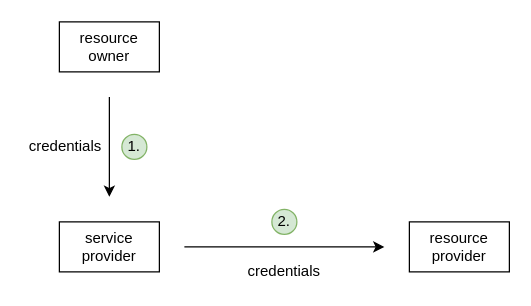
This is The Web/static/authaccdir.drawio from sistembeyimiz-001/code-web, a draw.io file, before an edit. Source tidied: cells renumbered, new cells numbered last; positions are measured from the earlier drawing's top-left corner, leaving out a move shared by most shapes. Both pictures are drawn from the tidied source at 125%, with x=0, y=0 at pixel (21, 21).
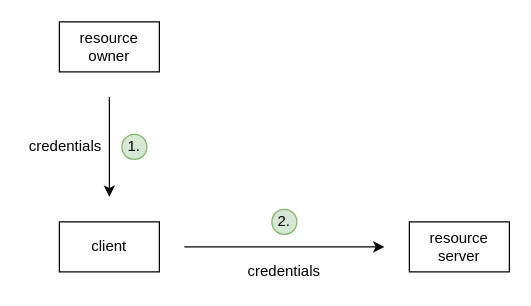
Above is the later version.

Commit message (it also covers changes not shown here):
[TMP] feat(The Web): write more, update OAuth to 2.1 (removes Implicit Flow, Resource Owner Password Credential Flow)

What changed in the source:
```diff
@@
 <mxGraphModel>
   <root>
     <mxCell id="0" />
     <mxCell id="1" parent="0" />
     <mxCell id="2" value="resource owner" style="rounded=0;whiteSpace=wrap;html=1;" parent="1" vertex="1">
       <mxGeometry x="30" width="80" height="40" as="geometry" />
     </mxCell>
-    <mxCell id="3" value="service provider" style="rounded=0;whiteSpace=wrap;html=1;" parent="1" vertex="1">
+    <mxCell id="3" value="client" style="rounded=0;whiteSpace=wrap;html=1;" parent="1" vertex="1">
       <mxGeometry x="30" y="160" width="80" height="40" as="geometry" />
     </mxCell>
-    <mxCell id="4" value="resource provider" style="rounded=0;whiteSpace=wrap;html=1;" parent="1" vertex="1">
+    <mxCell id="4" value="resource server" style="rounded=0;whiteSpace=wrap;html=1;" parent="1" vertex="1">
       <mxGeometry x="310" y="160" width="80" height="40" as="geometry" />
     </mxCell>
     <mxCell id="5" style="endArrow=classic;html=1;" parent="1" edge="1">
       <mxGeometry relative="1" as="geometry">
         <mxPoint x="70" y="60" as="sourcePoint" />
         <mxPoint x="70" y="140" as="targetPoint" />
       </mxGeometry>
     </mxCell>
     <mxCell id="6" style="endArrow=classic;html=1;" parent="1" edge="1">
       <mxGeometry relative="1" as="geometry">
         <mxPoint x="130" y="180" as="sourcePoint" />
         <mxPoint x="290" y="180" as="targetPoint" />
       </mxGeometry>
     </mxCell>
     <mxCell id="7" value="credentials" style="text;html=1;strokeColor=none;fillColor=none;align=center;verticalAlign=middle;whiteSpace=wrap;rounded=0;" parent="1" vertex="1">
       <mxGeometry y="90" width="70" height="20" as="geometry" />
     </mxCell>
     <mxCell id="8" value="credentials" style="text;html=1;strokeColor=none;fillColor=none;align=center;verticalAlign=middle;whiteSpace=wrap;rounded=0;" parent="1" vertex="1">
       <mxGeometry x="175" y="190" width="70" height="20" as="geometry" />
     </mxCell>
     <mxCell id="9" value="1." style="ellipse;whiteSpace=wrap;html=1;fillColor=#d5e8d4;strokeColor=#82b366;" parent="1" vertex="1">
       <mxGeometry x="80" y="90" width="20" height="20" as="geometry" />
     </mxCell>
     <mxCell id="10" value="2." style="ellipse;whiteSpace=wrap;html=1;fillColor=#d5e8d4;strokeColor=#82b366;" parent="1" vertex="1">
       <mxGeometry x="200" y="150" width="20" height="20" as="geometry" />
     </mxCell>
   </root>
 </mxGraphModel>
```
